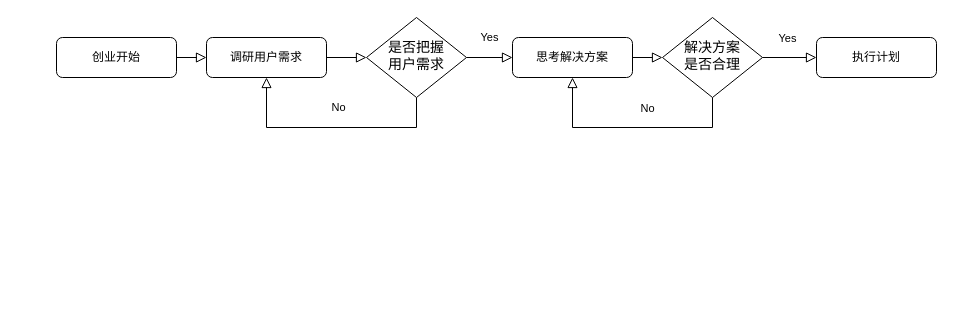
Before: GBF创业思维.drawio in Chaos1025/DiagramRep, a draw.io diagram. Source tidied: cells renumbered, new cells numbered last; positions are measured from the earlier drawing's top-left corner, leaving out a move shared by most shapes. Both pictures are drawn from the tidied source at 100%, with x=0, y=0 at pixel (56, 17).
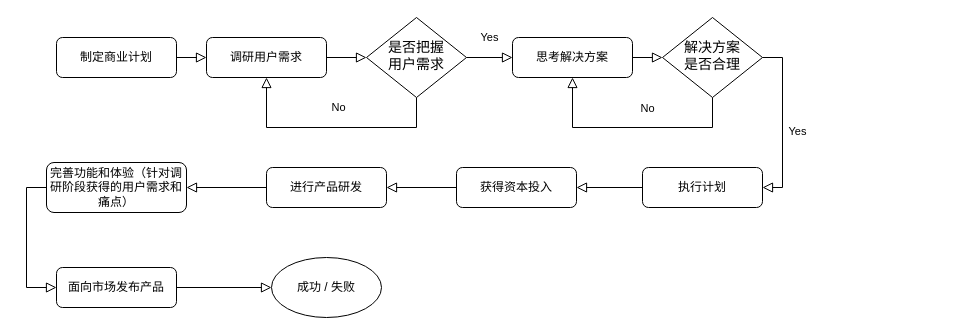
After the change.

Commit message (it also covers changes not shown here):
更新GBF创业思维.drawio

The change refers to these unchanged cells:
```xml
<mxCell id="16" value="&lt;span style=&quot;font-size: 14px;&quot;&gt;解决方案&lt;br&gt;是否合理&lt;br&gt;&lt;/span&gt;" style="rhombus;whiteSpace=wrap;html=1;shadow=0;fontFamily=Helvetica;fontSize=12;align=center;strokeWidth=1;spacing=6;spacingTop=-4;" parent="1" vertex="1">
  <mxGeometry x="606" width="100" height="80" as="geometry" />
</mxCell>
```

The edit, as a diff of the source:
```diff
@@
-    <mxCell id="3" value="创业开始" style="rounded=1;whiteSpace=wrap;html=1;fontSize=12;glass=0;strokeWidth=1;shadow=0;" parent="1" vertex="1">
+    <mxCell id="3" value="制定商业计划" style="rounded=1;whiteSpace=wrap;html=1;fontSize=12;glass=0;strokeWidth=1;shadow=0;" parent="1" vertex="1">
       <mxGeometry y="20" width="120" height="40" as="geometry" />
     </mxCell>
@@
+    <mxCell id="17" style="edgeStyle=orthogonalEdgeStyle;rounded=0;jettySize=auto;html=1;exitX=0;exitY=0.5;exitDx=0;exitDy=0;entryX=1;entryY=0.5;entryDx=0;entryDy=0;endArrow=block;endFill=0;endSize=8;" parent="1" edge="1" source="9" target="19">
+      <mxGeometry relative="1" as="geometry" />
+    </mxCell>
     <mxCell id="9" value="执行计划" style="rounded=1;whiteSpace=wrap;html=1;fontSize=12;glass=0;strokeWidth=1;shadow=0;" parent="1" vertex="1">
-      <mxGeometry x="760" y="20" width="120" height="40" as="geometry" />
+      <mxGeometry x="586" y="150" width="120" height="40" as="geometry" />
     </mxCell>
@@
-    <mxCell id="14" style="edgeStyle=orthogonalEdgeStyle;rounded=0;jettySize=auto;html=1;exitX=1;exitY=0.5;exitDx=0;exitDy=0;entryX=0;entryY=0.5;entryDx=0;entryDy=0;endSize=8;endArrow=block;endFill=0;" parent="1" edge="1" source="16" target="9">
+    <mxCell id="14" style="edgeStyle=orthogonalEdgeStyle;rounded=0;jettySize=auto;html=1;exitX=1;exitY=0.5;exitDx=0;exitDy=0;entryX=1;entryY=0.5;entryDx=0;entryDy=0;endSize=8;endArrow=block;endFill=0;" parent="1" edge="1" source="16" target="9">
       <mxGeometry relative="1" as="geometry" />
     </mxCell>
     <mxCell id="15" value="Yes" style="edgeLabel;html=1;align=center;verticalAlign=middle;" parent="14" vertex="1">
       <mxGeometry x="-0.24" y="-3" relative="1" as="geometry">
-        <mxPoint x="3" y="-23" as="offset" />
+        <mxPoint x="17" y="28" as="offset" />
       </mxGeometry>
     </mxCell>
@@
+    <mxCell id="18" style="edgeStyle=orthogonalEdgeStyle;rounded=0;jettySize=auto;html=1;exitX=0;exitY=0.5;exitDx=0;exitDy=0;entryX=1;entryY=0.5;entryDx=0;entryDy=0;endArrow=block;endFill=0;endSize=8;" parent="1" edge="1" source="19" target="21">
+      <mxGeometry relative="1" as="geometry" />
+    </mxCell>
+    <mxCell id="19" value="获得资本投入" style="rounded=1;whiteSpace=wrap;html=1;fontSize=12;glass=0;strokeWidth=1;shadow=0;" parent="1" vertex="1">
+      <mxGeometry x="400" y="150" width="120" height="40" as="geometry" />
+    </mxCell>
+    <mxCell id="20" style="edgeStyle=orthogonalEdgeStyle;rounded=0;jettySize=auto;html=1;exitX=0;exitY=0.5;exitDx=0;exitDy=0;entryX=1;entryY=0.5;entryDx=0;entryDy=0;endArrow=block;endFill=0;endSize=8;" parent="1" edge="1" source="21" target="23">
+      <mxGeometry relative="1" as="geometry" />
+    </mxCell>
+    <mxCell id="21" value="进行产品研发" style="rounded=1;whiteSpace=wrap;html=1;fontSize=12;glass=0;strokeWidth=1;shadow=0;" parent="1" vertex="1">
+      <mxGeometry x="210" y="150" width="120" height="40" as="geometry" />
+    </mxCell>
+    <mxCell id="22" style="edgeStyle=orthogonalEdgeStyle;rounded=0;jettySize=auto;html=1;exitX=0;exitY=0.5;exitDx=0;exitDy=0;entryX=0;entryY=0.5;entryDx=0;entryDy=0;endArrow=block;endFill=0;endSize=8;" parent="1" edge="1" source="23" target="25">
+      <mxGeometry relative="1" as="geometry" />
+    </mxCell>
+    <mxCell id="23" value="完善功能和体验（针对调研阶段获得的用户需求和痛点）" style="rounded=1;whiteSpace=wrap;html=1;fontSize=12;glass=0;strokeWidth=1;shadow=0;" parent="1" vertex="1">
+      <mxGeometry x="-10" y="145" width="140" height="50" as="geometry" />
+    </mxCell>
+    <mxCell id="24" style="edgeStyle=orthogonalEdgeStyle;rounded=0;jettySize=auto;html=1;exitX=1;exitY=0.5;exitDx=0;exitDy=0;endArrow=block;endFill=0;endSize=8;entryX=0;entryY=0.5;entryDx=0;entryDy=0;" parent="1" edge="1" source="25" target="26">
+      <mxGeometry relative="1" as="geometry" />
+    </mxCell>
+    <mxCell id="25" value="面向市场发布产品" style="rounded=1;whiteSpace=wrap;html=1;fontSize=12;glass=0;strokeWidth=1;shadow=0;" parent="1" vertex="1">
+      <mxGeometry y="250" width="120" height="40" as="geometry" />
+    </mxCell>
+    <mxCell id="26" value="成功 / 失败" style="ellipse;whiteSpace=wrap;html=1;" parent="1" vertex="1">
+      <mxGeometry x="215" y="240" width="110" height="60" as="geometry" />
+    </mxCell>
```
